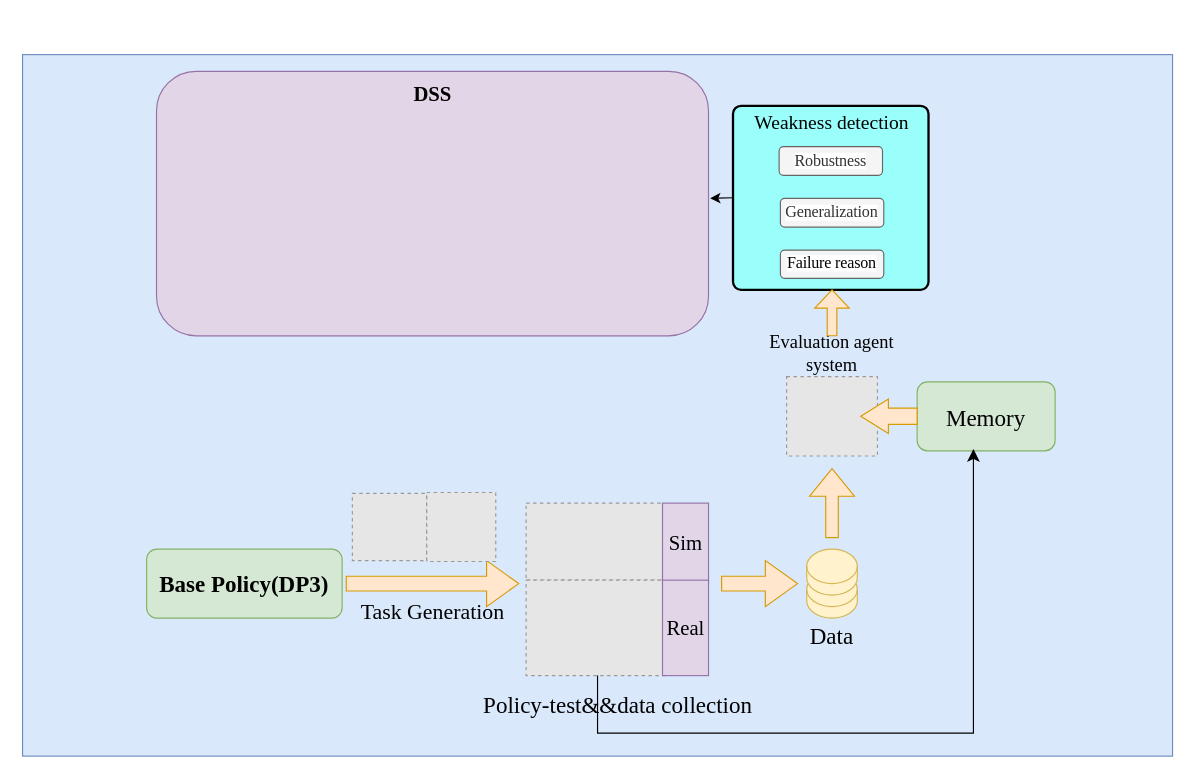
oplisty/SPETA-CVPR2026 keeps this draw.io diagram as 论文主图3.drawio. Above is the earlier version. Source tidied: cells renumbered, new cells numbered last; positions are measured from the earlier drawing's top-left corner, leaving out a move shared by most shapes. Both pictures are drawn from the tidied source at 115%, with x=0, y=0 at pixel (22, 54). Pictures stored in the file or linked from it are replaced by grey dashed boxes.
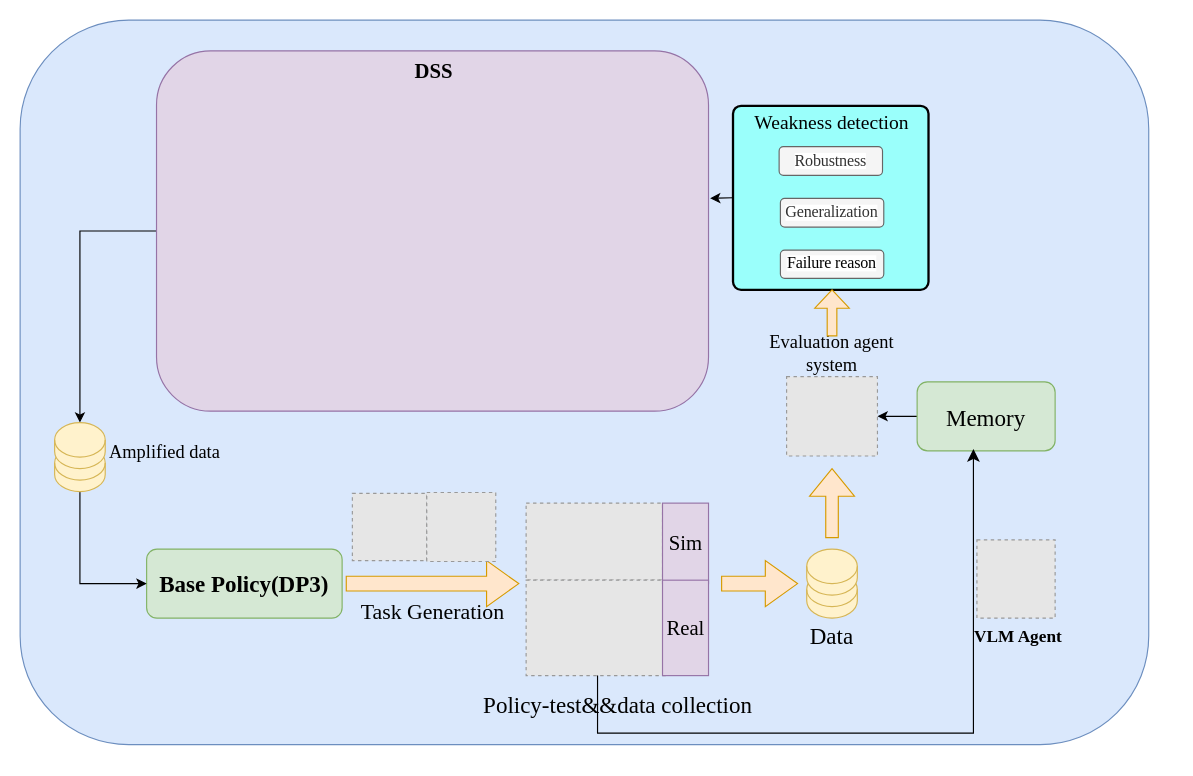
After the change.

Commit message:
更新论文主图3.drawio

The change refers to these unchanged cells:
```xml
<mxCell id="3" value="&lt;font style=&quot;font-size: 20px;&quot; face=&quot;Times New Roman&quot;&gt;&lt;b&gt;Base Policy(DP3)&lt;/b&gt;&lt;/font&gt;" style="rounded=1;whiteSpace=wrap;html=1;fillColor=#d5e8d4;strokeColor=#82b366;" parent="1" vertex="1">
  <mxGeometry x="108" y="430" width="170" height="60" as="geometry" />
</mxCell>
<mxCell id="15" style="fillColor=#E6E6E6;strokeColor=#999999;dashed=1;verticalLabelPosition=bottom;labelBackgroundColor=default;verticalAlign=top;" parent="1" vertex="1">
  <mxGeometry x="664.5" y="280" width="79" height="69" as="geometry" />
</mxCell>
<mxCell id="16" value="&lt;font face=&quot;Times New Roman&quot; style=&quot;font-size: 20px;&quot;&gt;Memory&lt;/font&gt;" style="rounded=1;whiteSpace=wrap;html=1;fillColor=#d5e8d4;strokeColor=#82b366;" parent="1" vertex="1">
  <mxGeometry x="778" y="284.5" width="120" height="60" as="geometry" />
</mxCell>
```

What changed in the source:
```diff
@@
-    <mxCell id="2" style="rounded=0;whiteSpace=wrap;html=1;fillColor=#dae8fc;strokeColor=#6c8ebf;gradientColor=none;" parent="1" vertex="1">
-      <mxGeometry x="0.1" width="1000" height="610" as="geometry" />
-    </mxCell>
+    <mxCell id="32" style="rounded=1;whiteSpace=wrap;html=1;fillColor=#dae8fc;strokeColor=#6c8ebf;" parent="1" vertex="1">
+      <mxGeometry x="-2" y="-30" width="981.4" height="630" as="geometry" />
+    </mxCell>
@@
+    <mxCell id="33" style="edgeStyle=orthogonalEdgeStyle;rounded=0;jettySize=auto;html=1;exitX=0;exitY=0.5;exitDx=0;exitDy=0;" parent="1" edge="1" source="13" target="39">
+      <mxGeometry relative="1" as="geometry" />
+    </mxCell>
     <mxCell id="13" style="rounded=1;whiteSpace=wrap;html=1;fillColor=#e1d5e7;strokeColor=#9673a6;" parent="1" vertex="1">
-      <mxGeometry x="116.6" y="14.5" width="480" height="230" as="geometry" />
+      <mxGeometry x="116.6" y="-3.2" width="480" height="313.2" as="geometry" />
     </mxCell>
@@
+    <mxCell id="34" style="edgeStyle=orthogonalEdgeStyle;rounded=0;jettySize=auto;html=1;exitX=0;exitY=0.5;exitDx=0;exitDy=0;entryX=1;entryY=0.5;entryDx=0;entryDy=0;" parent="1" edge="1" source="16" target="15">
+      <mxGeometry relative="1" as="geometry" />
+    </mxCell>
@@
-    <mxCell id="17" style="html=1;shadow=0;dashed=0;align=center;verticalAlign=middle;shape=mxgraph.arrows2.arrow;dy=0.53;dx=24;flipH=1;notch=0;fillColor=#ffe6cc;strokeColor=#d79b00;" parent="1" vertex="1">
-      <mxGeometry x="729" y="299.5" width="49" height="30" as="geometry" />
-    </mxCell>
     <mxCell id="18" value="&lt;h2&gt;&lt;font face=&quot;Times New Roman&quot;&gt;DSS&lt;/font&gt;&lt;/h2&gt;" style="text;html=1;align=center;verticalAlign=middle;whiteSpace=wrap;rounded=0;" parent="1" vertex="1">
-      <mxGeometry x="326.6" y="20" width="60" height="30" as="geometry" />
+      <mxGeometry x="328" width="60" height="30" as="geometry" />
     </mxCell>
@@
+    <mxCell id="35" style="fillColor=#E6E6E6;strokeColor=#999999;dashed=1;verticalLabelPosition=bottom;labelBackgroundColor=default;verticalAlign=top;" parent="1" vertex="1">
+      <mxGeometry x="830" y="422" width="68" height="68" as="geometry" />
+    </mxCell>
+    <mxCell id="36" value="&lt;font style=&quot;font-size: 15px;&quot; face=&quot;Times New Roman&quot;&gt;&lt;b&gt;VLM Agent&lt;/b&gt;&amp;nbsp;&lt;/font&gt;" style="text;html=1;align=center;verticalAlign=middle;whiteSpace=wrap;rounded=0;" parent="1" vertex="1">
+      <mxGeometry x="808" y="490" width="120" height="30" as="geometry" />
+    </mxCell>
+    <mxCell id="37" style="edgeStyle=orthogonalEdgeStyle;rounded=0;jettySize=auto;html=1;exitX=0.5;exitY=1;exitDx=0;exitDy=0;exitPerimeter=0;entryX=0;entryY=0.5;entryDx=0;entryDy=0;" parent="1" edge="1" source="38" target="3">
+      <mxGeometry relative="1" as="geometry" />
+    </mxCell>
+    <mxCell id="38" style="shape=cylinder3;whiteSpace=wrap;html=1;boundedLbl=1;backgroundOutline=1;size=15;fillColor=#fff2cc;strokeColor=#d6b656;" parent="1" vertex="1">
+      <mxGeometry x="28" y="340" width="44" height="40" as="geometry" />
+    </mxCell>
+    <mxCell id="39" style="shape=cylinder3;whiteSpace=wrap;html=1;boundedLbl=1;backgroundOutline=1;size=15;fillColor=#fff2cc;strokeColor=#d6b656;" parent="1" vertex="1">
+      <mxGeometry x="28" y="320" width="44" height="40" as="geometry" />
+    </mxCell>
+    <mxCell id="40" value="&lt;font style=&quot;font-size: 16px;&quot; face=&quot;Times New Roman&quot;&gt;Amplified data&amp;nbsp;&lt;/font&gt;" style="text;html=1;align=center;verticalAlign=middle;whiteSpace=wrap;rounded=0;" parent="1" vertex="1">
+      <mxGeometry x="58" y="330" width="136" height="30" as="geometry" />
+    </mxCell>
```
